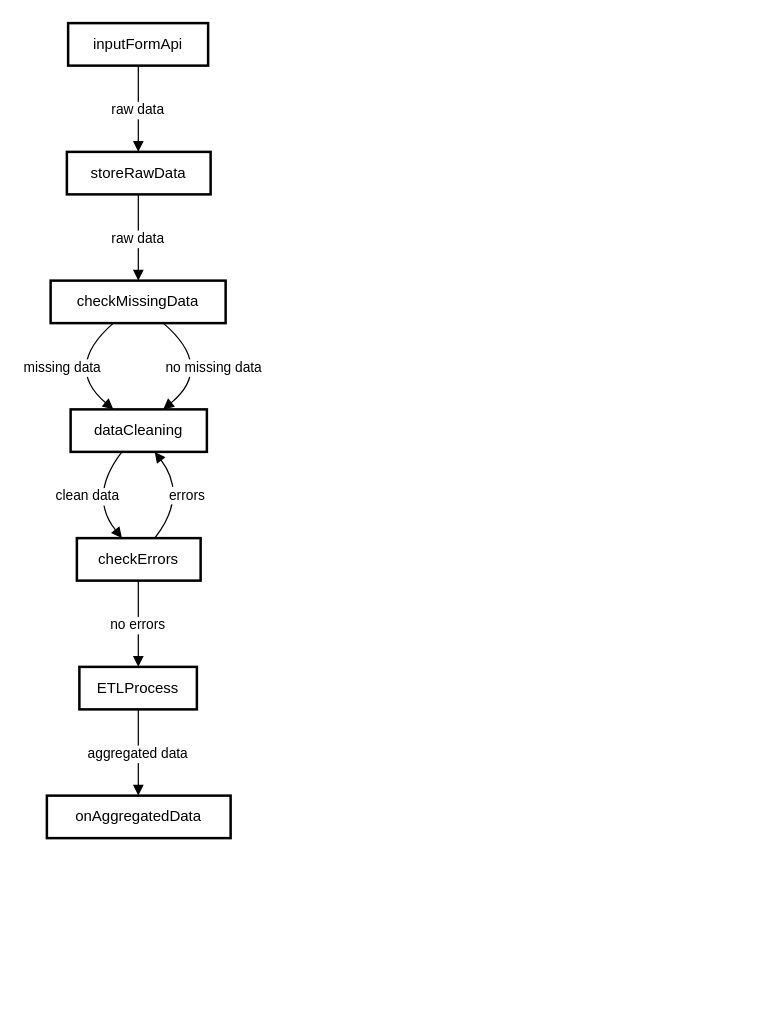
Earlier version of the draw.io diagram Untitled Diagram.drawio (samyak9anand/Python_Data_Science). Source tidied: cells renumbered, new cells numbered last; positions are measured from the earlier drawing's top-left corner, leaving out a move shared by most shapes. Both pictures are drawn from the tidied source at 125%, with x=0, y=0 at pixel (46, 22).
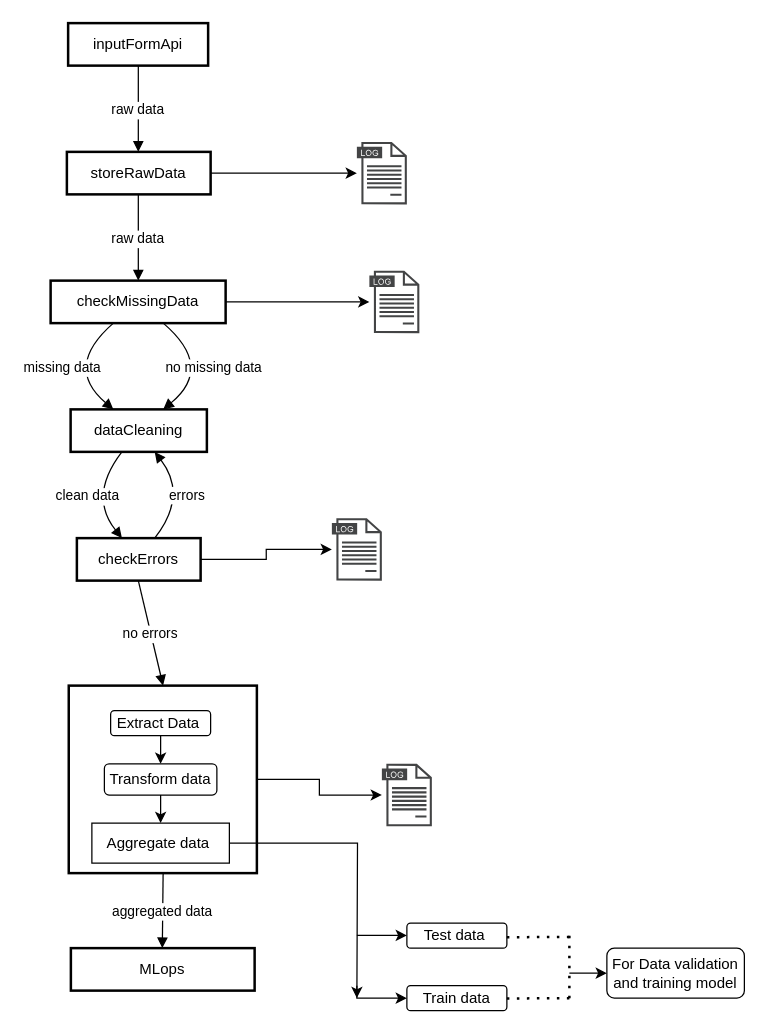
After the change.

The change refers to these unchanged cells:
```xml
<mxCell id="3" value="storeRawData" style="whiteSpace=wrap;strokeWidth=2;" parent="1" vertex="1">
  <mxGeometry x="16" y="103" width="115" height="34" as="geometry" />
</mxCell>
<mxCell id="4" value="checkMissingData" style="whiteSpace=wrap;strokeWidth=2;" parent="1" vertex="1">
  <mxGeometry x="3" y="206" width="140" height="34" as="geometry" />
</mxCell>
<mxCell id="6" value="checkErrors" style="whiteSpace=wrap;strokeWidth=2;" parent="1" vertex="1">
  <mxGeometry x="24" y="412" width="99" height="34" as="geometry" />
</mxCell>
```

Change to the diagram source:
```diff
@@
+    <mxCell id="17" style="edgeStyle=orthogonalEdgeStyle;rounded=0;jettySize=auto;html=1;" parent="1" edge="1" source="3" target="36">
+      <mxGeometry relative="1" as="geometry" />
+    </mxCell>
@@
+    <mxCell id="18" style="edgeStyle=orthogonalEdgeStyle;rounded=0;jettySize=auto;html=1;" parent="1" edge="1" source="4" target="38">
+      <mxGeometry relative="1" as="geometry" />
+    </mxCell>
@@
+    <mxCell id="19" style="edgeStyle=orthogonalEdgeStyle;rounded=0;jettySize=auto;html=1;exitX=1;exitY=0.5;exitDx=0;exitDy=0;" parent="1" edge="1" source="6" target="39">
+      <mxGeometry relative="1" as="geometry" />
+    </mxCell>
@@
+    <mxCell id="20" style="edgeStyle=orthogonalEdgeStyle;rounded=0;jettySize=auto;html=1;" parent="1" edge="1" source="7" target="37">
+      <mxGeometry relative="1" as="geometry" />
+    </mxCell>
-    <mxCell id="7" value="ETLProcess" style="whiteSpace=wrap;strokeWidth=2;" parent="1" vertex="1">
-      <mxGeometry x="26" y="515" width="94" height="34" as="geometry" />
+    <mxCell id="7" style="whiteSpace=wrap;strokeWidth=2;" parent="1" vertex="1">
+      <mxGeometry x="17.5" y="530" width="150.5" height="150" as="geometry" />
     </mxCell>
-    <mxCell id="8" value="onAggregatedData" style="whiteSpace=wrap;strokeWidth=2;" parent="1" vertex="1">
-      <mxGeometry y="618" width="147" height="34" as="geometry" />
+    <mxCell id="8" value="MLops" style="whiteSpace=wrap;strokeWidth=2;" parent="1" vertex="1">
+      <mxGeometry x="19.2" y="740" width="147" height="34" as="geometry" />
     </mxCell>
@@
+    <mxCell id="21" style="edgeStyle=orthogonalEdgeStyle;rounded=0;jettySize=auto;html=1;exitX=0.5;exitY=1;exitDx=0;exitDy=0;entryX=0.5;entryY=0;entryDx=0;entryDy=0;" parent="1" edge="1" source="22" target="24">
+      <mxGeometry relative="1" as="geometry" />
+    </mxCell>
+    <mxCell id="22" value="Extract Data&amp;nbsp;" style="rounded=1;whiteSpace=wrap;html=1;" parent="1" vertex="1">
+      <mxGeometry x="51" y="550" width="80" height="20" as="geometry" />
+    </mxCell>
+    <mxCell id="23" style="edgeStyle=orthogonalEdgeStyle;rounded=0;jettySize=auto;html=1;exitX=0.5;exitY=1;exitDx=0;exitDy=0;entryX=0.5;entryY=0;entryDx=0;entryDy=0;" parent="1" edge="1" source="24" target="26">
+      <mxGeometry relative="1" as="geometry" />
+    </mxCell>
+    <mxCell id="24" value="Transform data" style="rounded=1;whiteSpace=wrap;html=1;" parent="1" vertex="1">
+      <mxGeometry x="46" y="592.5" width="90" height="25" as="geometry" />
+    </mxCell>
+    <mxCell id="25" style="edgeStyle=orthogonalEdgeStyle;rounded=0;jettySize=auto;html=1;exitX=1;exitY=0.5;exitDx=0;exitDy=0;" parent="1" edge="1" source="26">
+      <mxGeometry relative="1" as="geometry">
+        <mxPoint x="248" y="780" as="targetPoint" />
+      </mxGeometry>
+    </mxCell>
+    <mxCell id="26" value="Aggregate data&amp;nbsp;" style="rounded=0;whiteSpace=wrap;html=1;" parent="1" vertex="1">
+      <mxGeometry x="36" y="640" width="110" height="32" as="geometry" />
+    </mxCell>
+    <mxCell id="27" value="Test data&amp;nbsp;" style="rounded=1;whiteSpace=wrap;html=1;" parent="1" vertex="1">
+      <mxGeometry x="288" y="720" width="80" height="20" as="geometry" />
+    </mxCell>
+    <mxCell id="28" value="Train data" style="rounded=1;whiteSpace=wrap;html=1;" parent="1" vertex="1">
+      <mxGeometry x="288" y="770" width="80" height="20" as="geometry" />
+    </mxCell>
+    <mxCell id="29" style="endArrow=classic;html=1;rounded=0;entryX=0;entryY=0.5;entryDx=0;entryDy=0;" parent="1" edge="1" target="28">
+      <mxGeometry relative="1" as="geometry">
+        <mxPoint x="248" y="770" as="sourcePoint" />
+        <Array as="points">
+          <mxPoint x="248" y="780" />
+        </Array>
+      </mxGeometry>
+    </mxCell>
+    <mxCell id="30" style="endArrow=classic;html=1;rounded=0;entryX=0;entryY=0.5;entryDx=0;entryDy=0;" parent="1" edge="1">
+      <mxGeometry relative="1" as="geometry">
+        <mxPoint x="248" y="729.8" as="sourcePoint" />
+        <mxPoint x="288" y="729.8" as="targetPoint" />
+      </mxGeometry>
+    </mxCell>
+    <mxCell id="31" style="endArrow=none;dashed=1;html=1;dashPattern=1 3;strokeWidth=2;rounded=0;" parent="1" edge="1">
+      <mxGeometry relative="1" as="geometry">
+        <mxPoint x="418" y="780" as="sourcePoint" />
+        <mxPoint x="418" y="730" as="targetPoint" />
+      </mxGeometry>
+    </mxCell>
+    <mxCell id="32" style="endArrow=none;dashed=1;html=1;dashPattern=1 3;strokeWidth=2;rounded=0;exitX=1.033;exitY=0.633;exitDx=0;exitDy=0;exitPerimeter=0;" parent="1" edge="1">
+      <mxGeometry relative="1" as="geometry">
+        <mxPoint x="368" y="731.3" as="sourcePoint" />
+        <mxPoint x="418" y="731" as="targetPoint" />
+      </mxGeometry>
+    </mxCell>
+    <mxCell id="33" style="endArrow=none;dashed=1;html=1;dashPattern=1 3;strokeWidth=2;rounded=0;exitX=1.033;exitY=0.633;exitDx=0;exitDy=0;exitPerimeter=0;" parent="1" edge="1">
+      <mxGeometry relative="1" as="geometry">
+        <mxPoint x="368" y="780.3" as="sourcePoint" />
+        <mxPoint x="418" y="780" as="targetPoint" />
+      </mxGeometry>
+    </mxCell>
+    <mxCell id="34" style="endArrow=classic;html=1;rounded=0;" parent="1" edge="1">
+      <mxGeometry relative="1" as="geometry">
+        <mxPoint x="418" y="760" as="sourcePoint" />
+        <mxPoint x="448" y="760" as="targetPoint" />
+      </mxGeometry>
+    </mxCell>
+    <mxCell id="35" value="For Data validation and training model" style="rounded=1;whiteSpace=wrap;html=1;" parent="1" vertex="1">
+      <mxGeometry x="448" y="740" width="110" height="40" as="geometry" />
+    </mxCell>
+    <mxCell id="36" style="sketch=0;shadow=0;dashed=0;html=1;strokeColor=none;fillColor=#434445;labelPosition=center;verticalLabelPosition=bottom;verticalAlign=top;align=center;outlineConnect=0;shape=mxgraph.vvd.log_files;" parent="1" vertex="1">
+      <mxGeometry x="248" y="95" width="40" height="50" as="geometry" />
+    </mxCell>
+    <mxCell id="37" style="sketch=0;shadow=0;dashed=0;html=1;strokeColor=none;fillColor=#434445;labelPosition=center;verticalLabelPosition=bottom;verticalAlign=top;align=center;outlineConnect=0;shape=mxgraph.vvd.log_files;" parent="1" vertex="1">
+      <mxGeometry x="268" y="592.5" width="40" height="50" as="geometry" />
+    </mxCell>
+    <mxCell id="38" style="sketch=0;shadow=0;dashed=0;html=1;strokeColor=none;fillColor=#434445;labelPosition=center;verticalLabelPosition=bottom;verticalAlign=top;align=center;outlineConnect=0;shape=mxgraph.vvd.log_files;" parent="1" vertex="1">
+      <mxGeometry x="258" y="198" width="40" height="50" as="geometry" />
+    </mxCell>
+    <mxCell id="39" style="sketch=0;shadow=0;dashed=0;html=1;strokeColor=none;fillColor=#434445;labelPosition=center;verticalLabelPosition=bottom;verticalAlign=top;align=center;outlineConnect=0;shape=mxgraph.vvd.log_files;" parent="1" vertex="1">
+      <mxGeometry x="228" y="396" width="40" height="50" as="geometry" />
+    </mxCell>
```
